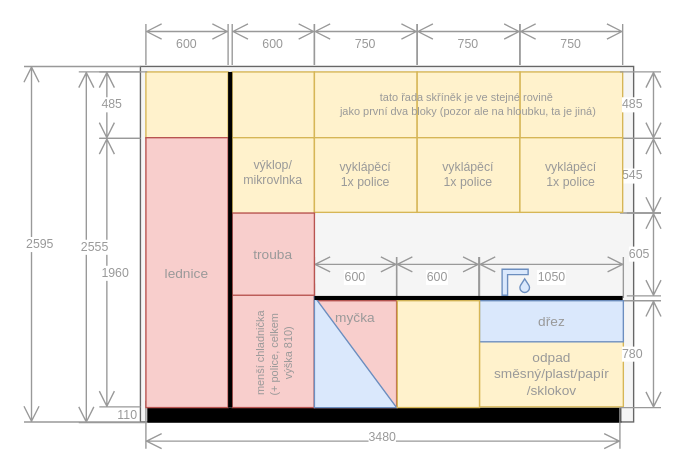
The draw.io diagram docs/src/static/drawings/kitchen.wall-watter.drawio in surquest/flat-renovation, before the edit. Source tidied: cells renumbered, new cells numbered last; positions are measured from the earlier drawing's top-left corner, leaving out a move shared by most shapes. Both pictures are drawn from the tidied source at 137%, with x=0, y=0 at pixel (23, 23).
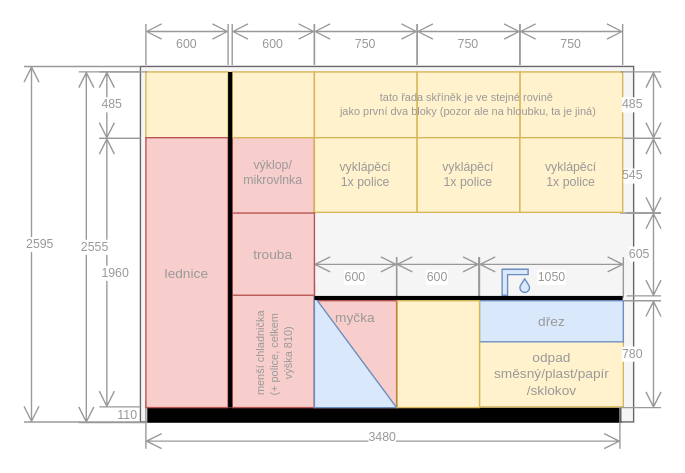
The same page after the edit.

Commit message:
Update kitchen drawings

What changed in the source:
```diff
@@
-    <mxCell id="4" style="rounded=0;whiteSpace=wrap;html=1;fillColor=#fff2cc;strokeColor=#d6b656;fontSize=10;fontColor=#999999;" parent="1" vertex="1">
+    <mxCell id="4" style="rounded=0;whiteSpace=wrap;html=1;fillColor=#f8cecc;strokeColor=#b85450;fontSize=10;" parent="1" vertex="1">
       <mxGeometry x="152" y="82.5" width="60" height="56" as="geometry" />
     </mxCell>
```
